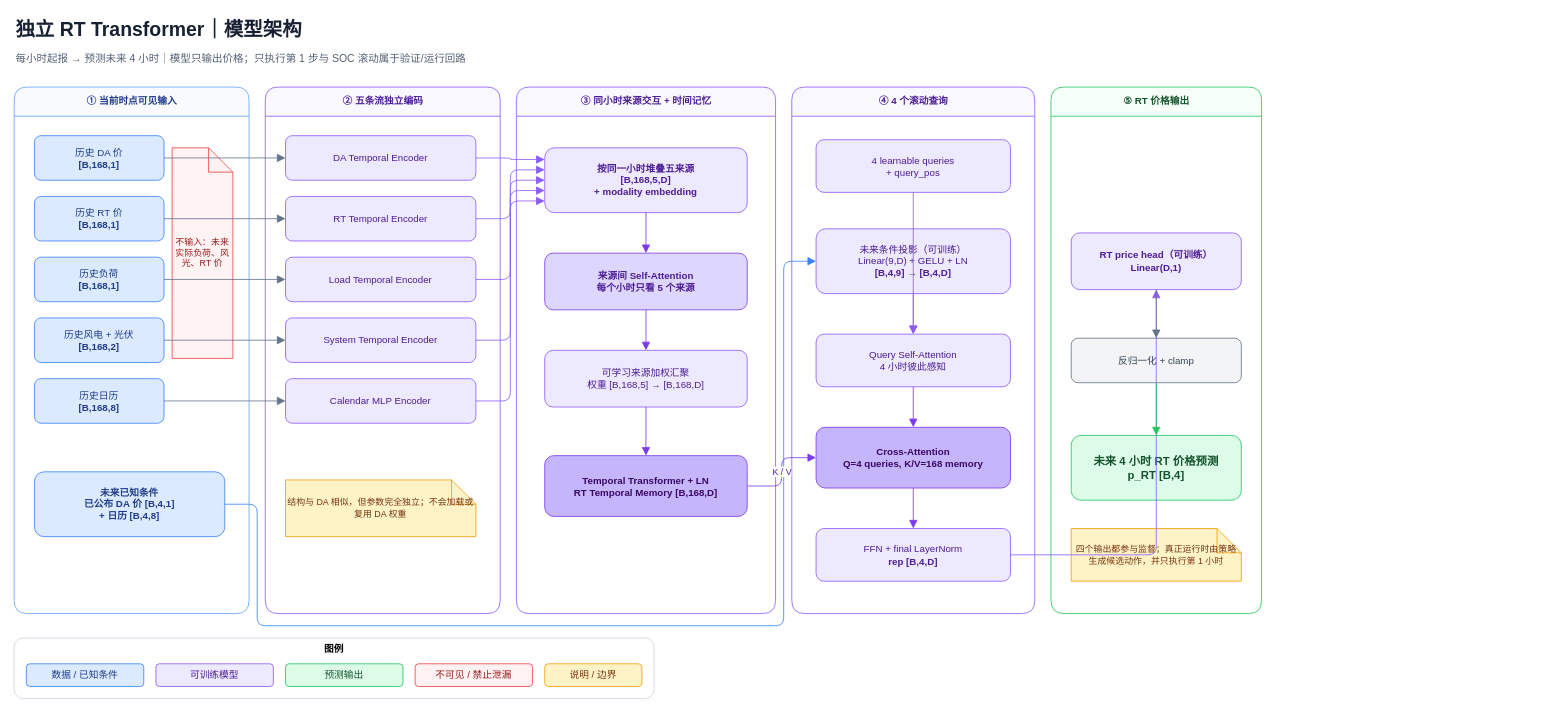
Earlier version of the draw.io diagram docs/rt_model_architecture.drawio (lwowlwowl/electricity-price-forecasting). Source tidied: cells renumbered, new cells numbered last; positions are measured from the earlier drawing's top-left corner, leaving out a move shared by most shapes. Both pictures are drawn from the tidied source at 81%, with x=0, y=0 at pixel (14, 14).
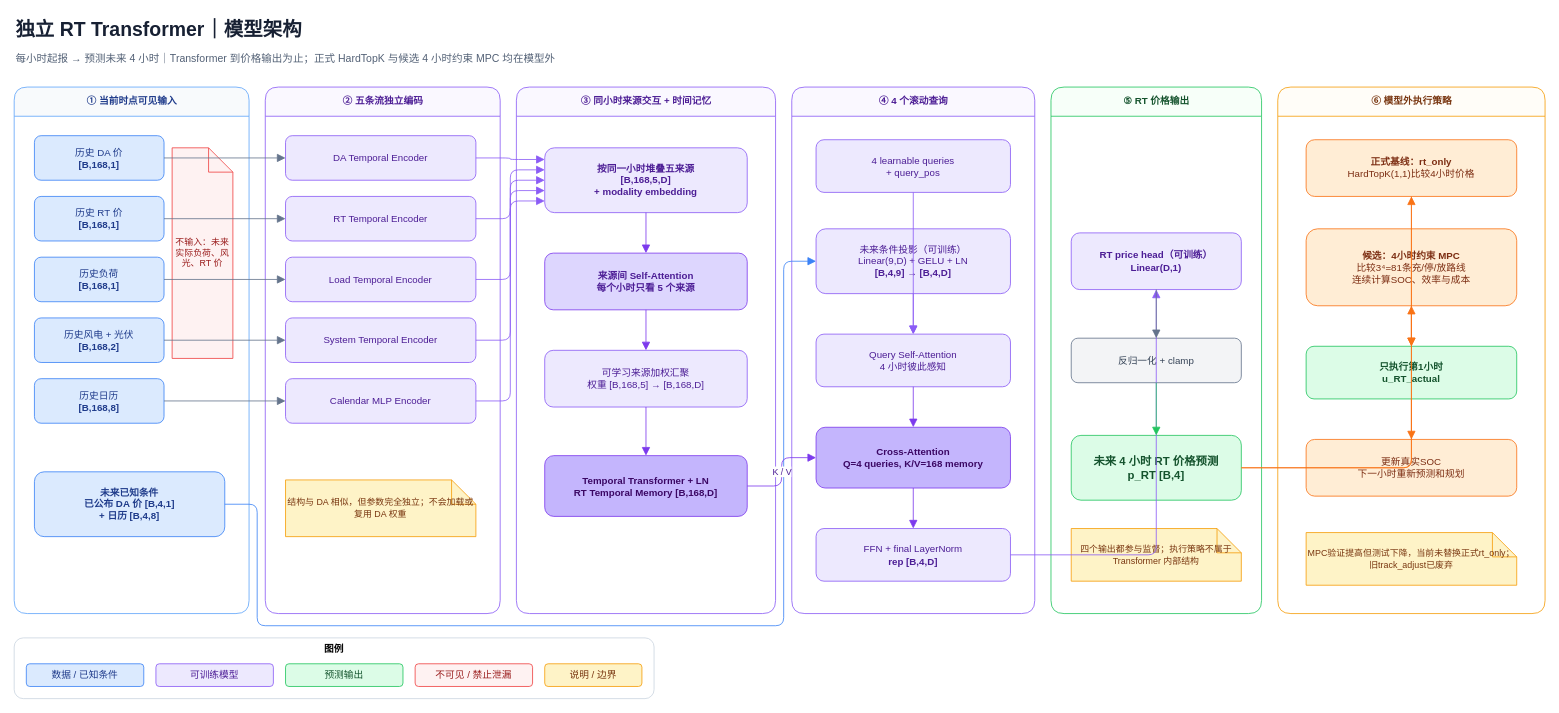
The same page after the edit.

The change refers to these unchanged cells:
```xml
<mxCell id="8" value="⑤ RT 价格输出" style="swimlane;html=1;rounded=1;startSize=36;horizontal=1;fillColor=#F7FFF9;strokeColor=#22C55E;fontColor=#14532D;fontStyle=1;" parent="1" vertex="1">
  <mxGeometry x="1280" y="90" width="260" height="650" as="geometry" />
</mxCell>
<mxCell id="33" value="未来 4 小时 RT 价格预测&#10;&lt;b&gt;p_RT [B,4]&lt;/b&gt;" style="rounded=1;whiteSpace=wrap;html=1;fillColor=#DCFCE7;strokeColor=#22C55E;fontColor=#14532D;fontStyle=1;fontSize=14;" parent="8" vertex="1">
  <mxGeometry x="25" y="430" width="210" height="80" as="geometry" />
</mxCell>
```

Change to the diagram source:
```diff
@@
-    <mxCell id="3" value="每小时起报 → 预测未来 4 小时｜模型只输出价格；只执行第 1 步与 SOC 滚动属于验证/运行回路" style="text;html=1;strokeColor=none;fillColor=none;align=left;verticalAlign=middle;fontSize=13;fontColor=#526075;" parent="1" vertex="1">
-      <mxGeometry y="40" width="1250" height="30" as="geometry" />
+    <mxCell id="3" value="每小时起报 → 预测未来 4 小时｜Transformer 到价格输出为止；正式 HardTopK 与候选 4 小时约束 MPC 均在模型外" style="text;html=1;strokeColor=none;fillColor=none;align=left;verticalAlign=middle;fontSize=13;fontColor=#526075;" parent="1" vertex="1">
+      <mxGeometry y="40" width="1550" height="30" as="geometry" />
     </mxCell>
@@
+    <mxCell id="63" value="⑥ 模型外执行策略" style="swimlane;html=1;rounded=1;startSize=36;horizontal=1;fillColor=#FFFDF8;strokeColor=#F59E0B;fontColor=#78350F;fontStyle=1;" parent="1" vertex="1">
+      <mxGeometry x="1560" y="90" width="330" height="650" as="geometry" />
+    </mxCell>
@@
-    <mxCell id="34" value="四个输出都参与监督；真正运行时由策略生成候选动作，并只执行第 1 小时" style="shape=note;whiteSpace=wrap;html=1;fillColor=#FEF3C7;strokeColor=#F59E0B;fontColor=#78350F;fontSize=11;" parent="8" vertex="1">
+    <mxCell id="34" value="四个输出都参与监督；执行策略不属于 Transformer 内部结构" style="shape=note;whiteSpace=wrap;html=1;fillColor=#FEF3C7;strokeColor=#F59E0B;fontColor=#78350F;fontSize=11;" parent="8" vertex="1">
       <mxGeometry x="25" y="545" width="210" height="65" as="geometry" />
     </mxCell>
+    <mxCell id="64" value="&lt;b&gt;正式基线：rt_only&lt;/b&gt;&#10;HardTopK(1,1)比较4小时价格" style="rounded=1;whiteSpace=wrap;html=1;fillColor=#FFEDD5;strokeColor=#F97316;fontColor=#7C2D12;" parent="63" vertex="1">
+      <mxGeometry x="35" y="65" width="260" height="70" as="geometry" />
+    </mxCell>
+    <mxCell id="65" value="&lt;b&gt;候选：4小时约束 MPC&lt;/b&gt;&#10;比较3⁴=81条充/停/放路线&#10;连续计算SOC、效率与成本" style="rounded=1;whiteSpace=wrap;html=1;fillColor=#FFEDD5;strokeColor=#F97316;fontColor=#7C2D12;" parent="63" vertex="1">
+      <mxGeometry x="35" y="175" width="260" height="95" as="geometry" />
+    </mxCell>
+    <mxCell id="66" value="只执行第1小时&#10;&lt;b&gt;u_RT_actual&lt;/b&gt;" style="rounded=1;whiteSpace=wrap;html=1;fillColor=#DCFCE7;strokeColor=#22C55E;fontColor=#14532D;fontStyle=1;" parent="63" vertex="1">
+      <mxGeometry x="35" y="320" width="260" height="65" as="geometry" />
+    </mxCell>
+    <mxCell id="67" value="更新真实SOC&#10;下一小时重新预测和规划" style="rounded=1;whiteSpace=wrap;html=1;fillColor=#FFEDD5;strokeColor=#F97316;fontColor=#7C2D12;" parent="63" vertex="1">
+      <mxGeometry x="35" y="435" width="260" height="70" as="geometry" />
+    </mxCell>
+    <mxCell id="68" value="MPC验证提高但测试下降，当前未替换正式rt_only；旧track_adjust已废弃" style="shape=note;whiteSpace=wrap;html=1;fillColor=#FEF3C7;strokeColor=#F59E0B;fontColor=#78350F;fontSize=11;" parent="63" vertex="1">
+      <mxGeometry x="35" y="550" width="260" height="65" as="geometry" />
+    </mxCell>
@@
+    <mxCell id="69" style="edgeStyle=orthogonalEdgeStyle;rounded=1;jettySize=auto;html=1;endArrow=block;endSize=8;strokeColor=#F97316;" parent="1" edge="1" source="33" target="64">
+      <mxGeometry relative="1" as="geometry" />
+    </mxCell>
+    <mxCell id="70" style="edgeStyle=orthogonalEdgeStyle;rounded=1;jettySize=auto;html=1;endArrow=block;endSize=8;strokeColor=#F97316;" parent="1" edge="1" source="33" target="65">
+      <mxGeometry relative="1" as="geometry" />
+    </mxCell>
+    <mxCell id="71" style="edgeStyle=orthogonalEdgeStyle;rounded=1;jettySize=auto;html=1;endArrow=block;endSize=8;strokeColor=#F97316;" parent="1" edge="1" source="64" target="66">
+      <mxGeometry relative="1" as="geometry" />
+    </mxCell>
+    <mxCell id="72" style="edgeStyle=orthogonalEdgeStyle;rounded=1;jettySize=auto;html=1;endArrow=block;endSize=8;strokeColor=#F97316;" parent="1" edge="1" source="65" target="66">
+      <mxGeometry relative="1" as="geometry" />
+    </mxCell>
+    <mxCell id="73" style="edgeStyle=orthogonalEdgeStyle;rounded=1;jettySize=auto;html=1;endArrow=block;endSize=8;strokeColor=#F97316;" parent="1" edge="1" source="66" target="67">
+      <mxGeometry relative="1" as="geometry" />
+    </mxCell>
```
